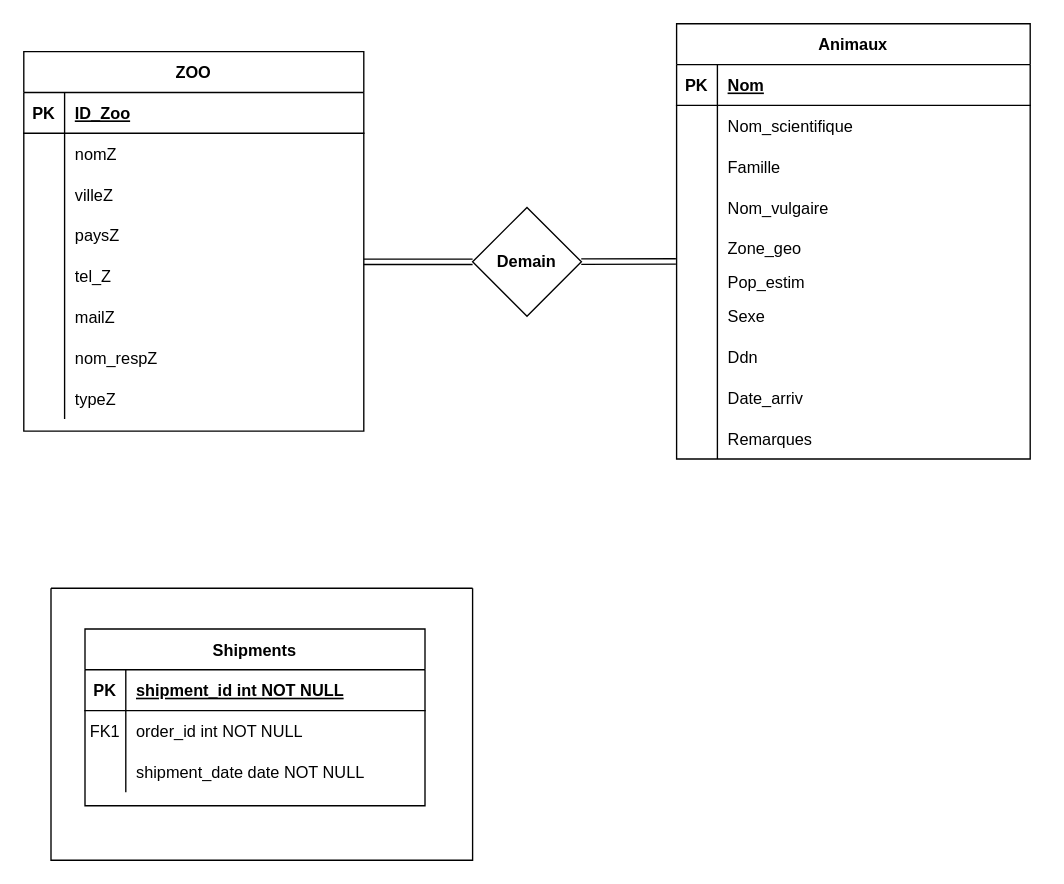
Earlier version of the draw.io diagram A_SAE.drawio (Jujua31/SAE_BD). Source tidied: cells renumbered, new cells numbered last; positions are measured from the earlier drawing's top-left corner, leaving out a move shared by most shapes. Both pictures are drawn from the tidied source at 136%, with x=0, y=0 at pixel (23, 23).
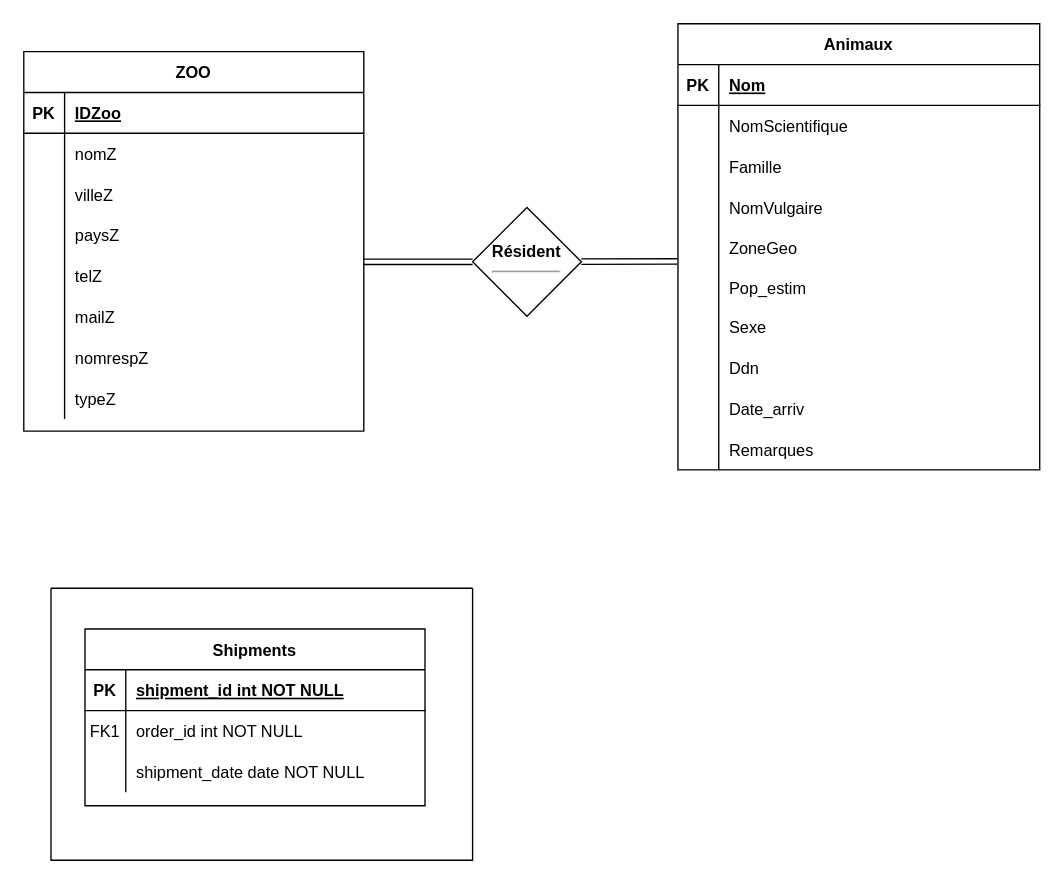
Above is the later version.

Commit message:
Mettre à jour A_SAE.drawio

The change refers to these unchanged cells:
```xml
<mxCell id="35" style="shape=partialRectangle;fillColor=none;top=0;left=0;right=0;bottom=1;" parent="34" vertex="1">
  <mxGeometry y="30" width="250" height="30" as="geometry" />
</mxCell>
<mxCell id="47" style="shape=partialRectangle;fillColor=none;top=0;left=0;right=0;bottom=0;" parent="34" vertex="1">
  <mxGeometry y="150" width="250" height="30" as="geometry" />
</mxCell>
<mxCell id="53" style="shape=partialRectangle;fillColor=none;top=0;left=0;right=0;bottom=0;" parent="34" vertex="1">
  <mxGeometry y="210" width="250" height="30" as="geometry" />
</mxCell>
```

Diff of the diagram source:
```diff
@@
     <mxCell id="3" value="Animaux" style="shape=table;startSize=30;childLayout=tableLayout;rowLines=0;fontStyle=1;align=center;" parent="1" vertex="1">
-      <mxGeometry x="480" width="260" height="320" as="geometry" />
+      <mxGeometry x="481" width="266" height="328" as="geometry" />
     </mxCell>
     <mxCell id="4" style="shape=partialRectangle;fillColor=none;top=0;left=0;right=0;bottom=1;" parent="3" vertex="1">
-      <mxGeometry y="30" width="260" height="30" as="geometry" />
+      <mxGeometry y="30" width="266" height="30" as="geometry" />
     </mxCell>
@@
     <mxCell id="6" value="Nom" style="shape=partialRectangle;overflow=hidden;fillColor=none;top=0;left=0;bottom=0;right=0;align=left;spacingLeft=6;fontStyle=5;" parent="4" vertex="1">
-      <mxGeometry x="30" width="230" height="30" as="geometry" />
+      <mxGeometry x="30" width="236" height="30" as="geometry" />
     </mxCell>
     <mxCell id="7" style="shape=partialRectangle;fillColor=none;top=0;left=0;right=0;bottom=0;" parent="3" vertex="1">
-      <mxGeometry y="60" width="260" height="30" as="geometry" />
+      <mxGeometry y="60" width="266" height="30" as="geometry" />
     </mxCell>
@@
-    <mxCell id="9" value="Nom_scientifique" style="shape=partialRectangle;overflow=hidden;fillColor=none;top=0;left=0;bottom=0;right=0;align=left;spacingLeft=6;" parent="7" vertex="1">
-      <mxGeometry x="30" width="230" height="30" as="geometry" />
+    <mxCell id="9" value="NomScientifique" style="shape=partialRectangle;overflow=hidden;fillColor=none;top=0;left=0;bottom=0;right=0;align=left;spacingLeft=6;" parent="7" vertex="1">
+      <mxGeometry x="30" width="236" height="30" as="geometry" />
     </mxCell>
     <mxCell id="10" style="shape=partialRectangle;fillColor=none;top=0;left=0;right=0;bottom=0;" parent="3" vertex="1">
-      <mxGeometry y="90" width="260" height="30" as="geometry" />
+      <mxGeometry y="90" width="266" height="30" as="geometry" />
     </mxCell>
@@
     <mxCell id="12" value="Famille" style="shape=partialRectangle;overflow=hidden;fillColor=none;top=0;left=0;bottom=0;right=0;align=left;spacingLeft=6;" parent="10" vertex="1">
-      <mxGeometry x="30" width="230" height="30" as="geometry" />
+      <mxGeometry x="30" width="236" height="30" as="geometry" />
     </mxCell>
     <mxCell id="13" style="shape=partialRectangle;fillColor=none;top=0;left=0;right=0;bottom=0;" parent="3" vertex="1">
-      <mxGeometry y="120" width="260" height="30" as="geometry" />
+      <mxGeometry y="120" width="266" height="30" as="geometry" />
     </mxCell>
@@
-    <mxCell id="15" value="Nom_vulgaire" style="shape=partialRectangle;overflow=hidden;fillColor=none;top=0;left=0;bottom=0;right=0;align=left;spacingLeft=6;" parent="13" vertex="1">
-      <mxGeometry x="30" width="230" height="30" as="geometry" />
+    <mxCell id="15" value="NomVulgaire" style="shape=partialRectangle;overflow=hidden;fillColor=none;top=0;left=0;bottom=0;right=0;align=left;spacingLeft=6;" parent="13" vertex="1">
+      <mxGeometry x="30" width="236" height="30" as="geometry" />
     </mxCell>
     <mxCell id="16" style="shape=partialRectangle;fillColor=none;points=[[0,0.5],[1,0.5]];portConstraint=eastwest;top=0;left=0;right=0;bottom=0;" parent="3" vertex="1">
-      <mxGeometry y="150" width="260" height="30" as="geometry" />
+      <mxGeometry y="150" width="266" height="30" as="geometry" />
     </mxCell>
@@
-    <mxCell id="18" value="Zone_geo" style="shape=partialRectangle;overflow=hidden;fillColor=none;top=0;left=0;bottom=0;right=0;align=left;spacingLeft=6;" parent="16" vertex="1">
-      <mxGeometry x="30" width="230" height="30" as="geometry" />
+    <mxCell id="18" value="ZoneGeo" style="shape=partialRectangle;overflow=hidden;fillColor=none;top=0;left=0;bottom=0;right=0;align=left;spacingLeft=6;" parent="16" vertex="1">
+      <mxGeometry x="30" width="236" height="30" as="geometry" />
     </mxCell>
     <mxCell id="19" style="shape=partialRectangle;fillColor=none;top=0;left=0;right=0;bottom=0;" parent="3" vertex="1">
-      <mxGeometry y="180" width="260" height="20" as="geometry" />
+      <mxGeometry y="180" width="266" height="28" as="geometry" />
     </mxCell>
     <mxCell id="20" style="shape=partialRectangle;overflow=hidden;fillColor=none;top=0;left=0;bottom=0;right=0;" parent="19" vertex="1">
-      <mxGeometry width="30" height="20" as="geometry" />
+      <mxGeometry width="30" height="28" as="geometry" />
     </mxCell>
-    <mxCell id="21" value="Pop_estim" style="shape=partialRectangle;overflow=hidden;fillColor=none;top=0;left=0;bottom=0;right=0;align=left;spacingLeft=6;" parent="19" vertex="1">
-      <mxGeometry x="30" width="230" height="20" as="geometry" />
+    <mxCell id="21" value="Pop_estim" style="shape=partialRectangle;overflow=hidden;fillColor=none;top=0;left=0;bottom=0;right=0;align=left;spacingLeft=6;fontFamily=Helvetica;" parent="19" vertex="1">
+      <mxGeometry x="30" width="236" height="28" as="geometry" />
     </mxCell>
     <mxCell id="22" style="shape=partialRectangle;fillColor=none;top=0;left=0;right=0;bottom=0;" parent="3" vertex="1">
-      <mxGeometry y="200" width="260" height="30" as="geometry" />
+      <mxGeometry y="208" width="266" height="30" as="geometry" />
     </mxCell>
@@
     <mxCell id="24" value="Sexe" style="shape=partialRectangle;overflow=hidden;fillColor=none;top=0;left=0;bottom=0;right=0;align=left;spacingLeft=6;" parent="22" vertex="1">
-      <mxGeometry x="30" width="230" height="30" as="geometry" />
+      <mxGeometry x="30" width="236" height="30" as="geometry" />
     </mxCell>
     <mxCell id="25" style="shape=partialRectangle;fillColor=none;top=0;left=0;right=0;bottom=0;" parent="3" vertex="1">
-      <mxGeometry y="230" width="260" height="30" as="geometry" />
+      <mxGeometry y="238" width="266" height="30" as="geometry" />
     </mxCell>
@@
     <mxCell id="27" value="Ddn" style="shape=partialRectangle;overflow=hidden;fillColor=none;top=0;left=0;bottom=0;right=0;align=left;spacingLeft=6;" parent="25" vertex="1">
-      <mxGeometry x="30" width="230" height="30" as="geometry" />
+      <mxGeometry x="30" width="236" height="30" as="geometry" />
     </mxCell>
     <mxCell id="28" style="shape=partialRectangle;fillColor=none;top=0;left=0;right=0;bottom=0;" parent="3" vertex="1">
-      <mxGeometry y="260" width="260" height="30" as="geometry" />
+      <mxGeometry y="268" width="266" height="30" as="geometry" />
     </mxCell>
@@
     <mxCell id="30" value="Date_arriv" style="shape=partialRectangle;overflow=hidden;fillColor=none;top=0;left=0;bottom=0;right=0;align=left;spacingLeft=6;" parent="28" vertex="1">
-      <mxGeometry x="30" width="230" height="30" as="geometry" />
+      <mxGeometry x="30" width="236" height="30" as="geometry" />
     </mxCell>
     <mxCell id="31" style="shape=partialRectangle;fillColor=none;top=0;left=0;right=0;bottom=0;" parent="3" vertex="1">
-      <mxGeometry y="290" width="260" height="30" as="geometry" />
+      <mxGeometry y="298" width="266" height="30" as="geometry" />
     </mxCell>
@@
     <mxCell id="33" value="Remarques" style="shape=partialRectangle;overflow=hidden;fillColor=none;top=0;left=0;bottom=0;right=0;align=left;spacingLeft=6;" parent="31" vertex="1">
-      <mxGeometry x="30" width="230" height="30" as="geometry" />
+      <mxGeometry x="30" width="236" height="30" as="geometry" />
     </mxCell>
@@
-    <mxCell id="37" value="ID_Zoo" style="shape=partialRectangle;overflow=hidden;fillColor=none;top=0;left=0;bottom=0;right=0;align=left;spacingLeft=6;fontStyle=5;strokeColor=none;" parent="35" vertex="1">
+    <mxCell id="37" value="IDZoo" style="shape=partialRectangle;overflow=hidden;fillColor=none;top=0;left=0;bottom=0;right=0;align=left;spacingLeft=6;fontStyle=5;strokeColor=none;" parent="35" vertex="1">
       <mxGeometry x="30" width="220" height="30" as="geometry" />
     </mxCell>
@@
-    <mxCell id="49" value="tel_Z" style="shape=partialRectangle;overflow=hidden;fillColor=none;top=0;left=0;bottom=0;right=0;align=left;spacingLeft=6;" parent="47" vertex="1">
+    <mxCell id="49" value="telZ" style="shape=partialRectangle;overflow=hidden;fillColor=none;top=0;left=0;bottom=0;right=0;align=left;spacingLeft=6;" parent="47" vertex="1">
       <mxGeometry x="30" width="220" height="30" as="geometry" />
     </mxCell>
@@
-    <mxCell id="55" value="nom_respZ" style="shape=partialRectangle;overflow=hidden;fillColor=none;top=0;left=0;bottom=0;right=0;align=left;spacingLeft=6;" parent="53" vertex="1">
+    <mxCell id="55" value="nomrespZ" style="shape=partialRectangle;overflow=hidden;fillColor=none;top=0;left=0;bottom=0;right=0;align=left;spacingLeft=6;" parent="53" vertex="1">
       <mxGeometry x="30" width="220" height="30" as="geometry" />
     </mxCell>
@@
+    <mxCell id="71" value="Résident&lt;hr&gt;" style="rhombus;whiteSpace=wrap;html=1;startSize=30;fontStyle=1;" parent="1" vertex="1">
+      <mxGeometry x="330" y="135" width="80" height="80" as="geometry" />
+    </mxCell>
-    <mxCell id="70" style="edgeStyle=none;shape=link;rounded=0;jettySize=auto;html=1;" parent="1" edge="1" source="71">
+    <mxCell id="70" style="edgeStyle=none;shape=link;rounded=0;jettySize=auto;html=1;verticalAlign=middle;labelBorderColor=none;" parent="1" edge="1" source="71">
       <mxGeometry relative="1" as="geometry">
         <mxPoint x="250" y="175" as="targetPoint" />
       </mxGeometry>
     </mxCell>
-    <mxCell id="71" value="Demain" style="rhombus;whiteSpace=wrap;html=1;startSize=30;fontStyle=1;" parent="1" vertex="1">
-      <mxGeometry x="330" y="135" width="80" height="80" as="geometry" />
-    </mxCell>
```
